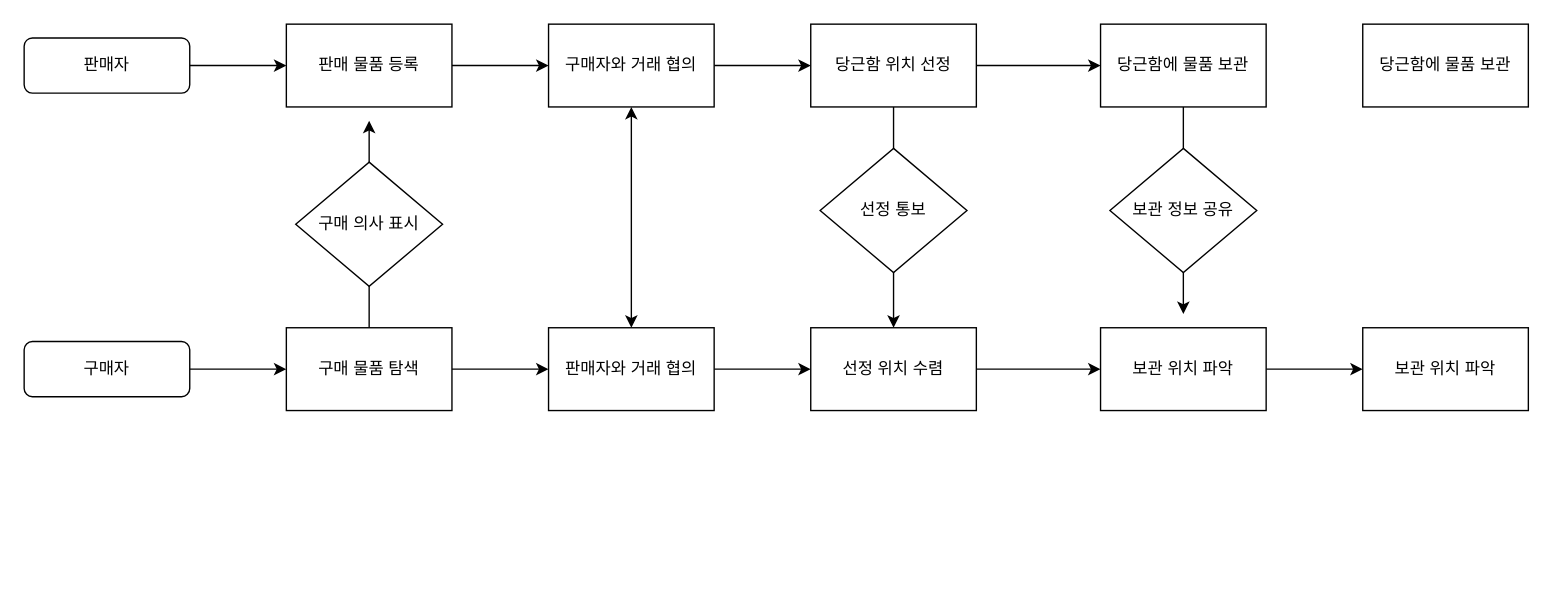
Daseul-Kim/essay keeps this draw.io diagram as Untitled Diagram.drawio. Above is the earlier version. Source tidied: cells renumbered, new cells numbered last; positions are measured from the earlier drawing's top-left corner, leaving out a move shared by most shapes. Both pictures are drawn from the tidied source at 138%, with x=0, y=0 at pixel (23, 23).
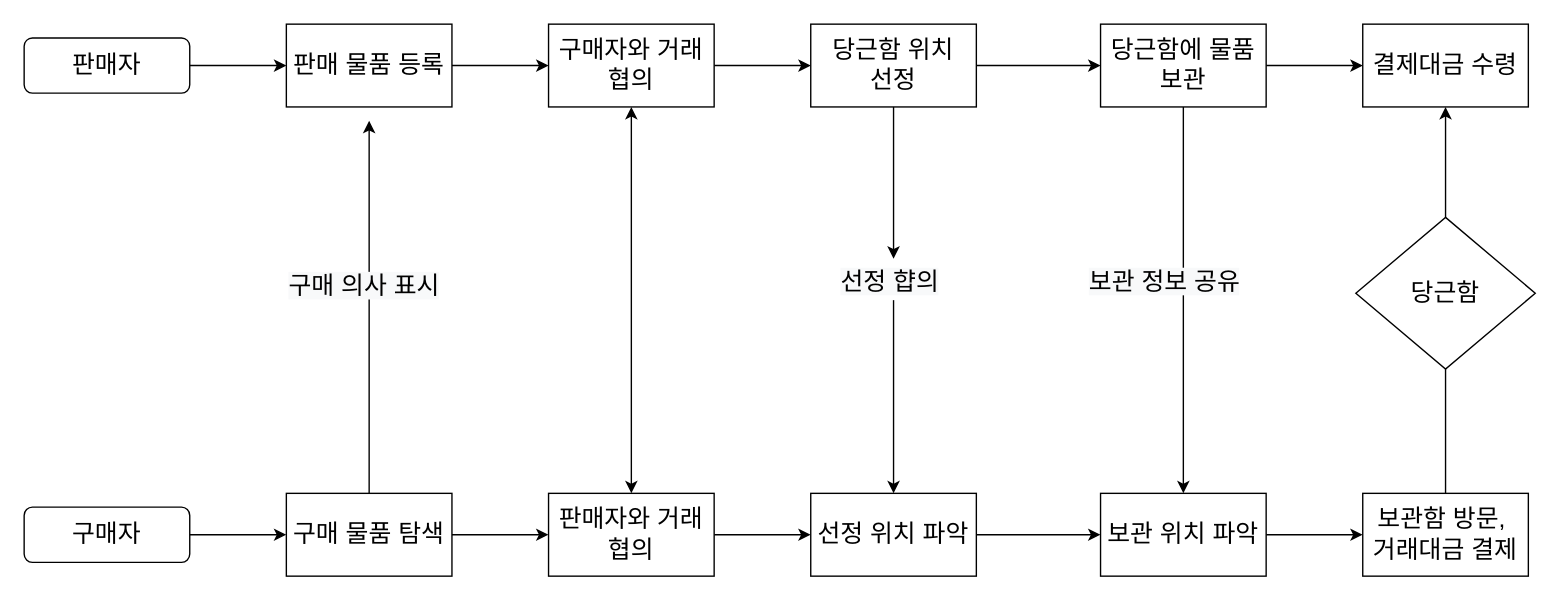
The same diagram, later.

Diff of the diagram source:
```diff
@@
-    <mxCell id="2" style="edgeStyle=orthogonalEdgeStyle;rounded=0;jettySize=auto;html=1;entryX=0;entryY=0.5;entryDx=0;entryDy=0;" parent="1" edge="1" source="3" target="7">
+    <mxCell id="2" style="edgeStyle=orthogonalEdgeStyle;rounded=0;jettySize=auto;html=1;entryX=0;entryY=0.5;entryDx=0;entryDy=0;fontSize=18;" parent="1" edge="1" source="3" target="7">
       <mxGeometry relative="1" as="geometry" />
     </mxCell>
-    <mxCell id="3" value="판매자" style="rounded=1;whiteSpace=wrap;html=1;fontSize=12;glass=0;strokeWidth=1;shadow=0;" parent="1" vertex="1">
+    <mxCell id="3" value="판매자" style="rounded=1;whiteSpace=wrap;html=1;fontSize=18;glass=0;strokeWidth=1;shadow=0;" parent="1" vertex="1">
       <mxGeometry y="10" width="120" height="40" as="geometry" />
     </mxCell>
-    <mxCell id="4" style="edgeStyle=orthogonalEdgeStyle;rounded=0;jettySize=auto;html=1;entryX=0;entryY=0.5;entryDx=0;entryDy=0;" parent="1" edge="1" source="5" target="10">
+    <mxCell id="4" style="edgeStyle=orthogonalEdgeStyle;rounded=0;jettySize=auto;html=1;entryX=0;entryY=0.5;entryDx=0;entryDy=0;fontSize=18;" parent="1" edge="1" source="5" target="10">
       <mxGeometry relative="1" as="geometry" />
     </mxCell>
-    <mxCell id="5" value="구매자" style="rounded=1;whiteSpace=wrap;html=1;fontSize=12;glass=0;strokeWidth=1;shadow=0;" parent="1" vertex="1">
-      <mxGeometry y="230" width="120" height="40" as="geometry" />
+    <mxCell id="5" value="구매자" style="rounded=1;whiteSpace=wrap;html=1;fontSize=18;glass=0;strokeWidth=1;shadow=0;" parent="1" vertex="1">
+      <mxGeometry y="350" width="120" height="40" as="geometry" />
     </mxCell>
-    <mxCell id="6" style="edgeStyle=orthogonalEdgeStyle;rounded=0;jettySize=auto;html=1;entryX=0;entryY=0.5;entryDx=0;entryDy=0;" parent="1" edge="1" source="7" target="12">
+    <mxCell id="6" style="edgeStyle=orthogonalEdgeStyle;rounded=0;jettySize=auto;html=1;entryX=0;entryY=0.5;entryDx=0;entryDy=0;fontSize=18;" parent="1" edge="1" source="7" target="12">
       <mxGeometry relative="1" as="geometry" />
     </mxCell>
-    <mxCell id="7" value="판매 물품 등록" style="rounded=0;whiteSpace=wrap;html=1;" parent="1" vertex="1">
+    <mxCell id="7" value="판매 물품 등록" style="rounded=0;whiteSpace=wrap;html=1;fontSize=18;" parent="1" vertex="1">
       <mxGeometry x="190" width="120" height="60" as="geometry" />
     </mxCell>
-    <mxCell id="8" style="edgeStyle=orthogonalEdgeStyle;rounded=0;jettySize=auto;html=1;entryX=0;entryY=0.5;entryDx=0;entryDy=0;" parent="1" edge="1" source="10" target="19">
+    <mxCell id="8" style="edgeStyle=orthogonalEdgeStyle;rounded=0;jettySize=auto;html=1;entryX=0;entryY=0.5;entryDx=0;entryDy=0;fontSize=18;" parent="1" edge="1" source="10" target="19">
       <mxGeometry relative="1" as="geometry" />
     </mxCell>
-    <mxCell id="9" style="edgeStyle=orthogonalEdgeStyle;rounded=0;jettySize=auto;html=1;" parent="1" edge="1" source="10">
+    <mxCell id="9" style="edgeStyle=orthogonalEdgeStyle;rounded=0;jettySize=auto;html=1;fontSize=18;" parent="1" edge="1" source="10">
       <mxGeometry relative="1" as="geometry">
         <mxPoint x="250" y="70" as="targetPoint" />
       </mxGeometry>
     </mxCell>
-    <mxCell id="10" value="구매 물품 탐색" style="rounded=0;whiteSpace=wrap;html=1;" parent="1" vertex="1">
-      <mxGeometry x="190" y="220" width="120" height="60" as="geometry" />
+    <mxCell id="10" value="구매 물품 탐색" style="rounded=0;whiteSpace=wrap;html=1;fontSize=18;" parent="1" vertex="1">
+      <mxGeometry x="190" y="340" width="120" height="60" as="geometry" />
     </mxCell>
-    <mxCell id="11" style="edgeStyle=orthogonalEdgeStyle;rounded=0;jettySize=auto;html=1;entryX=0;entryY=0.5;entryDx=0;entryDy=0;" parent="1" edge="1" source="12" target="15">
+    <mxCell id="11" style="edgeStyle=orthogonalEdgeStyle;rounded=0;jettySize=auto;html=1;entryX=0;entryY=0.5;entryDx=0;entryDy=0;fontSize=18;" parent="1" edge="1" source="12" target="15">
       <mxGeometry relative="1" as="geometry" />
     </mxCell>
-    <mxCell id="12" value="구매자와 거래 협의" style="rounded=0;whiteSpace=wrap;html=1;" parent="1" vertex="1">
+    <mxCell id="12" value="구매자와 거래 협의" style="rounded=0;whiteSpace=wrap;html=1;fontSize=18;" parent="1" vertex="1">
       <mxGeometry x="380" width="120" height="60" as="geometry" />
     </mxCell>
-    <mxCell id="13" style="edgeStyle=orthogonalEdgeStyle;rounded=0;jettySize=auto;html=1;entryX=0.5;entryY=0;entryDx=0;entryDy=0;" parent="1" edge="1" source="15" target="22">
+    <mxCell id="13" style="edgeStyle=orthogonalEdgeStyle;rounded=0;jettySize=auto;html=1;entryX=0.5;entryY=0;entryDx=0;entryDy=0;fontSize=18;" parent="1" edge="1" source="33" target="22">
       <mxGeometry relative="1" as="geometry" />
     </mxCell>
-    <mxCell id="14" style="edgeStyle=orthogonalEdgeStyle;rounded=0;jettySize=auto;html=1;entryX=0;entryY=0.5;entryDx=0;entryDy=0;" parent="1" edge="1" source="15" target="17">
+    <mxCell id="14" style="edgeStyle=orthogonalEdgeStyle;rounded=0;jettySize=auto;html=1;entryX=0;entryY=0.5;entryDx=0;entryDy=0;fontSize=18;" parent="1" edge="1" source="15" target="17">
       <mxGeometry relative="1" as="geometry" />
     </mxCell>
-    <mxCell id="15" value="당근함 위치 선정" style="rounded=0;whiteSpace=wrap;html=1;" parent="1" vertex="1">
+    <mxCell id="15" value="당근함 위치 &lt;br&gt;선정" style="rounded=0;whiteSpace=wrap;html=1;fontSize=18;" parent="1" vertex="1">
       <mxGeometry x="570" width="120" height="60" as="geometry" />
     </mxCell>
-    <mxCell id="16" style="edgeStyle=orthogonalEdgeStyle;rounded=0;jettySize=auto;html=1;" parent="1" edge="1" source="17">
-      <mxGeometry relative="1" as="geometry">
-        <mxPoint x="840" y="210" as="targetPoint" />
-      </mxGeometry>
+    <mxCell id="16" style="edgeStyle=orthogonalEdgeStyle;rounded=0;jettySize=auto;html=1;entryX=0.5;entryY=0;entryDx=0;entryDy=0;fontSize=18;" parent="1" edge="1" source="17" target="26">
+      <mxGeometry relative="1" as="geometry" />
     </mxCell>
+    <mxCell id="30" style="edgeStyle=orthogonalEdgeStyle;rounded=0;jettySize=auto;html=1;entryX=0;entryY=0.5;entryDx=0;entryDy=0;fontSize=18;" parent="1" edge="1" source="17" target="28">
+      <mxGeometry relative="1" as="geometry" />
+    </mxCell>
-    <mxCell id="17" value="당근함에 물품 보관" style="rounded=0;whiteSpace=wrap;html=1;" parent="1" vertex="1">
+    <mxCell id="17" value="당근함에 물품 보관" style="rounded=0;whiteSpace=wrap;html=1;fontSize=18;" parent="1" vertex="1">
       <mxGeometry x="780" width="120" height="60" as="geometry" />
     </mxCell>
-    <mxCell id="18" style="edgeStyle=orthogonalEdgeStyle;rounded=0;jettySize=auto;html=1;entryX=0;entryY=0.5;entryDx=0;entryDy=0;" parent="1" edge="1" source="19" target="22">
+    <mxCell id="18" style="edgeStyle=orthogonalEdgeStyle;rounded=0;jettySize=auto;html=1;entryX=0;entryY=0.5;entryDx=0;entryDy=0;fontSize=18;" parent="1" edge="1" source="19" target="22">
       <mxGeometry relative="1" as="geometry" />
     </mxCell>
-    <mxCell id="19" value="판매자와 거래 협의" style="rounded=0;whiteSpace=wrap;html=1;" parent="1" vertex="1">
-      <mxGeometry x="380" y="220" width="120" height="60" as="geometry" />
+    <mxCell id="19" value="판매자와 거래 협의" style="rounded=0;whiteSpace=wrap;html=1;fontSize=18;" parent="1" vertex="1">
+      <mxGeometry x="380" y="340" width="120" height="60" as="geometry" />
     </mxCell>
-    <mxCell id="20" style="endArrow=classic;startArrow=classic;html=1;entryX=0.5;entryY=1;entryDx=0;entryDy=0;exitX=0.5;exitY=0;exitDx=0;exitDy=0;" parent="1" edge="1" source="19" target="12">
+    <mxCell id="20" style="endArrow=classic;startArrow=classic;html=1;entryX=0.5;entryY=1;entryDx=0;entryDy=0;exitX=0.5;exitY=0;exitDx=0;exitDy=0;fontSize=18;" parent="1" edge="1" source="19" target="12">
       <mxGeometry relative="1" as="geometry" />
     </mxCell>
-    <mxCell id="21" style="edgeStyle=orthogonalEdgeStyle;rounded=0;jettySize=auto;html=1;entryX=0;entryY=0.5;entryDx=0;entryDy=0;" parent="1" edge="1" source="22" target="26">
+    <mxCell id="21" style="edgeStyle=orthogonalEdgeStyle;rounded=0;jettySize=auto;html=1;entryX=0;entryY=0.5;entryDx=0;entryDy=0;fontSize=18;" parent="1" edge="1" source="22" target="26">
       <mxGeometry relative="1" as="geometry" />
     </mxCell>
-    <mxCell id="22" value="선정 위치 수렴" style="rounded=0;whiteSpace=wrap;html=1;" parent="1" vertex="1">
-      <mxGeometry x="570" y="220" width="120" height="60" as="geometry" />
+    <mxCell id="22" value="선정 위치 파악" style="rounded=0;whiteSpace=wrap;html=1;fontSize=18;" parent="1" vertex="1">
+      <mxGeometry x="570" y="340" width="120" height="60" as="geometry" />
     </mxCell>
-    <mxCell id="23" value="선정 통보" style="rhombus;whiteSpace=wrap;html=1;" parent="1" vertex="1">
-      <mxGeometry x="576.8" y="90" width="106.4" height="90" as="geometry" />
-    </mxCell>
-    <mxCell id="24" value="구매 의사 표시" style="rhombus;whiteSpace=wrap;html=1;" parent="1" vertex="1">
-      <mxGeometry x="196.8" y="100" width="106.4" height="90" as="geometry" />
-    </mxCell>
-    <mxCell id="25" style="edgeStyle=orthogonalEdgeStyle;rounded=0;jettySize=auto;html=1;entryX=0;entryY=0.5;entryDx=0;entryDy=0;" parent="1" edge="1" source="26" target="29">
+    <mxCell id="25" style="edgeStyle=orthogonalEdgeStyle;rounded=0;jettySize=auto;html=1;entryX=0;entryY=0.5;entryDx=0;entryDy=0;fontSize=18;" parent="1" edge="1" source="26" target="29">
       <mxGeometry relative="1" as="geometry" />
     </mxCell>
-    <mxCell id="26" value="보관 위치 파악" style="rounded=0;whiteSpace=wrap;html=1;" parent="1" vertex="1">
-      <mxGeometry x="780" y="220" width="120" height="60" as="geometry" />
+    <mxCell id="26" value="보관 위치 파악" style="rounded=0;whiteSpace=wrap;html=1;fontSize=18;" parent="1" vertex="1">
+      <mxGeometry x="780" y="340" width="120" height="60" as="geometry" />
     </mxCell>
+    <mxCell id="28" value="결제대금 수령" style="rounded=0;whiteSpace=wrap;html=1;fontSize=18;" parent="1" vertex="1">
+      <mxGeometry x="970" width="120" height="60" as="geometry" />
+    </mxCell>
+    <mxCell id="31" style="edgeStyle=orthogonalEdgeStyle;rounded=0;jettySize=auto;html=1;entryX=0.5;entryY=1;entryDx=0;entryDy=0;fontSize=18;" parent="1" edge="1" source="29" target="28">
+      <mxGeometry relative="1" as="geometry" />
+    </mxCell>
+    <mxCell id="29" value="보관함 방문,&amp;nbsp;&lt;br style=&quot;font-size: 18px;&quot;&gt;거래대금 결제" style="rounded=0;whiteSpace=wrap;html=1;fontSize=18;" parent="1" vertex="1">
+      <mxGeometry x="970" y="340" width="120" height="60" as="geometry" />
+    </mxCell>
+    <mxCell id="24" value="&lt;span style=&quot;color: rgb(0, 0, 0); font-family: helvetica; font-size: 18px; font-style: normal; font-weight: 400; letter-spacing: normal; text-align: center; text-indent: 0px; text-transform: none; word-spacing: 0px; background-color: rgb(248, 249, 250); display: inline; float: none;&quot;&gt;구매 의사 표시&lt;/span&gt;" style="text;whiteSpace=wrap;html=1;fontSize=18;" parent="1" vertex="1">
+      <mxGeometry x="190" y="173" width="140" height="30" as="geometry" />
+    </mxCell>
-    <mxCell id="27" value="보관 정보 공유" style="rhombus;whiteSpace=wrap;html=1;" parent="1" vertex="1">
-      <mxGeometry x="786.8" y="90" width="106.4" height="90" as="geometry" />
+    <mxCell id="27" value="&lt;span style=&quot;color: rgb(0, 0, 0); font-family: helvetica; font-size: 18px; font-style: normal; font-weight: 400; letter-spacing: normal; text-align: center; text-indent: 0px; text-transform: none; word-spacing: 0px; background-color: rgb(248, 249, 250); display: inline; float: none;&quot;&gt;보관 정보 공유&lt;/span&gt;" style="text;whiteSpace=wrap;html=1;fontSize=18;" parent="1" vertex="1">
+      <mxGeometry x="770" y="170" width="140" height="30" as="geometry" />
     </mxCell>
-    <mxCell id="28" value="당근함에 물품 보관" style="rounded=0;whiteSpace=wrap;html=1;" parent="1" vertex="1">
-      <mxGeometry x="970" width="120" height="60" as="geometry" />
-    </mxCell>
-    <mxCell id="29" value="보관 위치 파악" style="rounded=0;whiteSpace=wrap;html=1;" parent="1" vertex="1">
-      <mxGeometry x="970" y="220" width="120" height="60" as="geometry" />
-    </mxCell>
+    <mxCell id="32" value="당근함" style="rhombus;whiteSpace=wrap;html=1;fontSize=18;" parent="1" vertex="1">
+      <mxGeometry x="965" y="140" width="130" height="110" as="geometry" />
+    </mxCell>
+    <mxCell id="33" value="&lt;span style=&quot;color: rgb(0, 0, 0); font-family: helvetica; font-size: 18px; font-style: normal; font-weight: 400; letter-spacing: normal; text-align: center; text-indent: 0px; text-transform: none; word-spacing: 0px; background-color: rgb(248, 249, 250); display: inline; float: none;&quot;&gt;선정 햡의&lt;/span&gt;" style="text;whiteSpace=wrap;html=1;fontSize=18;" parent="1" vertex="1">
+      <mxGeometry x="590" y="170" width="80" height="30" as="geometry" />
+    </mxCell>
+    <mxCell id="34" style="edgeStyle=orthogonalEdgeStyle;rounded=0;jettySize=auto;html=1;entryX=0.5;entryY=0;entryDx=0;entryDy=0;fontSize=18;" parent="1" edge="1" source="15" target="33">
+      <mxGeometry relative="1" as="geometry" />
+    </mxCell>
```
